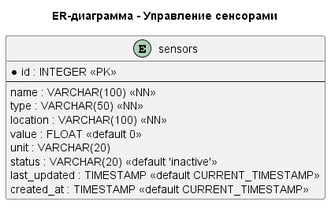
Above: images/ER/ERDiagram.png in gregkuznetsov1998/practicum (PlantUML), before the change.
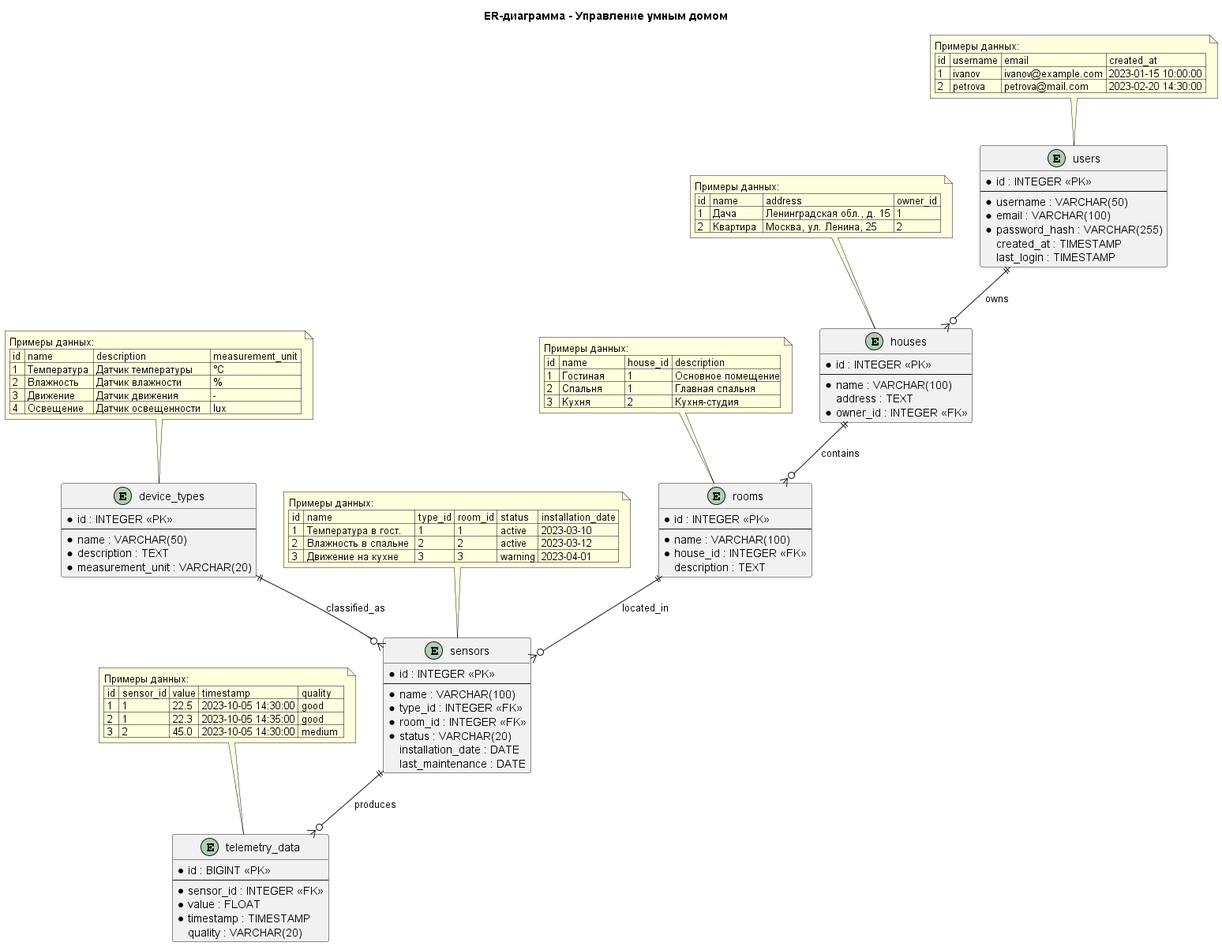
The same diagram one commit later.

What changed in the source:
```diff
@@ -1,17 +1,114 @@
 @startuml ERDiagram
-title ER-диаграмма - Управление сенсорами
+title ER-диаграмма - Управление умным домом
+
+
+entity users {
+  *id : INTEGER <<PK>>
+  --
+  *username : VARCHAR(50)
+  *email : VARCHAR(100)
+  *password_hash : VARCHAR(255)
+  created_at : TIMESTAMP
+  last_login : TIMESTAMP
+}
+
+entity houses {
+  *id : INTEGER <<PK>>
+  --
+  *name : VARCHAR(100)
+  address : TEXT
+  *owner_id : INTEGER <<FK>>
+}
+
+entity rooms {
+  *id : INTEGER <<PK>>
+  --
+  *name : VARCHAR(100)
+  *house_id : INTEGER <<FK>>
+  description : TEXT
+}
+
+entity device_types {
+  *id : INTEGER <<PK>>
+  --
+  *name : VARCHAR(50)
+  *description : TEXT
+  *measurement_unit : VARCHAR(20)
+}
 
 entity sensors {
   *id : INTEGER <<PK>>
   --
-  name : VARCHAR(100) <<NN>>
-  type : VARCHAR(50) <<NN>>
-  location : VARCHAR(100) <<NN>>
-  value : FLOAT <<default 0>>
-  unit : VARCHAR(20)
-  status : VARCHAR(20) <<default 'inactive'>>
-  last_updated : TIMESTAMP <<default CURRENT_TIMESTAMP>>
-  created_at : TIMESTAMP <<default CURRENT_TIMESTAMP>>
+  *name : VARCHAR(100)
+  *type_id : INTEGER <<FK>>
+  *room_id : INTEGER <<FK>>
+  *status : VARCHAR(20)
+  installation_date : DATE
+  last_maintenance : DATE
 }
 
+entity telemetry_data {
+  *id : BIGINT <<PK>>
+  --
+  *sensor_id : INTEGER <<FK>>
+  *value : FLOAT
+  *timestamp : TIMESTAMP
+  quality : VARCHAR(20)
+}
+
+
+users ||--o{ houses : "owns"
+houses ||--o{ rooms : "contains"
+rooms ||--o{ sensors : "located_in"
+device_types ||--o{ sensors : "classified_as"
+sensors ||--o{ telemetry_data : "produces"
+
+
+note top of users
+  Примеры данных:
+  | id | username | email               | created_at          |
+  | 1  | ivanov   | ivanov@example.com | 2023-01-15 10:00:00 |
+  | 2  | petrova  | petrova@mail.com   | 2023-02-20 14:30:00 |
+end note
+
+note top of houses
+  Примеры данных:
+  | id | name      | address                   | owner_id |
+  | 1  | Дача      | Ленинградская обл., д. 15 | 1        |
+  | 2  | Квартира  | Москва, ул. Ленина, 25    | 2        |
+end note
+
+note top of rooms
+  Примеры данных:
+  | id | name          | house_id | description       |
+  | 1  | Гостиная      | 1        | Основное помещение|
+  | 2  | Спальня       | 1        | Главная спальня   |
+  | 3  | Кухня         | 2        | Кухня-студия      |
+end note
+
+note top of device_types
+  Примеры данных:
+  | id | name        | description           | measurement_unit |
+  | 1  | Температура | Датчик температуры    | °C               |
+  | 2  | Влажность   | Датчик влажности      | %                |
+  | 3  | Движение    | Датчик движения       | -                |
+  | 4  | Освещение   | Датчик освещенности   | lux              |
+end note
+
+note top of sensors
+  Примеры данных:
+  | id | name                 | type_id | room_id | status  | installation_date |
+  | 1  | Температура в гост.  | 1       | 1       | active  | 2023-03-10        |
+  | 2  | Влажность в спальне  | 2       | 2       | active  | 2023-03-12        |
+  | 3  | Движение на кухне    | 3       | 3       | warning | 2023-04-01        |
+end note
+
+note top of telemetry_data
+  Примеры данных:
+  | id | sensor_id | value | timestamp           | quality |
+  | 1  | 1         | 22.5  | 2023-10-05 14:30:00 | good    |
+  | 2  | 1         | 22.3  | 2023-10-05 14:35:00 | good    |
+  | 3  | 2         | 45.0  | 2023-10-05 14:30:00 | medium  |
+end note
+
 @enduml
```
